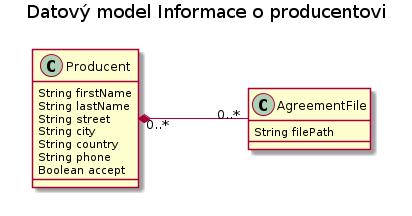
The PlantUML diagram docs/dm03.png in edeposit/edeposit.policy, before a commit.
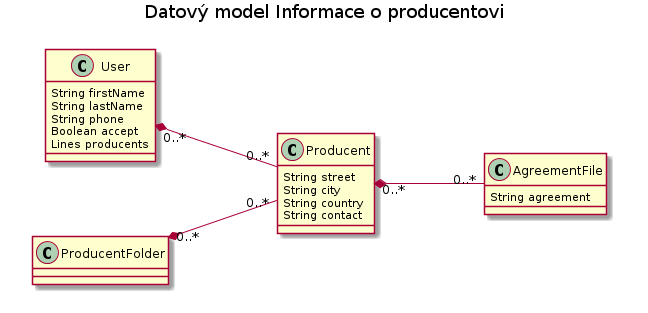
Later version of the same file.

Commit message:
added Producent and ProducentFolder

The edit, as a diff of the source:
```diff
@@ -3,19 +3,30 @@
 title Datový model Informace o producentovi
 
 class AgreementFile {
-      String filePath
+      String agreement
+}
+
+class User {
+      String firstName
+      String lastName
+      String phone
+      Boolean accept
+      Lines producents
 }
 
 class Producent {
-      String firstName
-      String lastName
       String street
       String city
       String country
-      String phone
-      Boolean accept
+      String contact
+}
+
+class ProducentFolder {
 }
 
 Producent "0..*" *-- "0..*" AgreementFile
+User "0..*" *-- "0..*" Producent
+ProducentFolder "0..*" *-- "0..*" Producent
+
 
 @enduml
```
